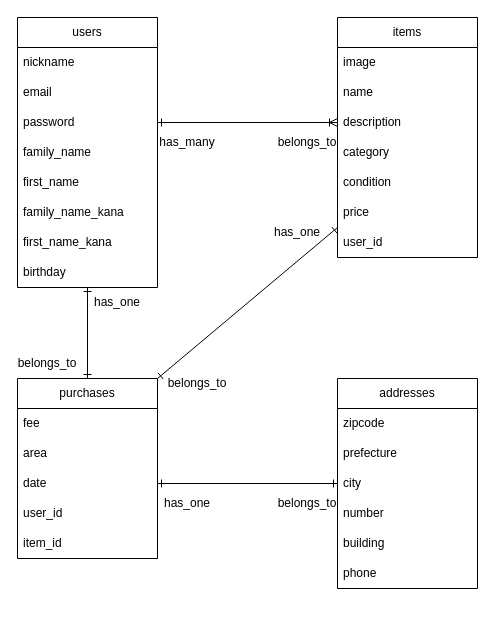
This is furima.dio from taikiwish/furima-40580, a draw.io file, before an edit. Source tidied: cells renumbered, new cells numbered last; positions are measured from the earlier drawing's top-left corner, leaving out a move shared by most shapes. Both pictures are drawn from the tidied source at 100%, with x=0, y=0 at pixel (17, 17).
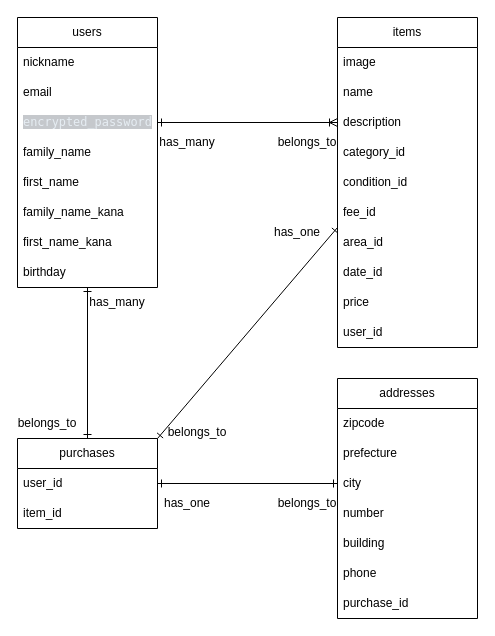
After the change.

Commit message (it also covers changes not shown here):
DB設計の修正

The change refers to these unchanged cells:
```xml
<mxCell id="2" value="users" style="swimlane;fontStyle=0;horizontal=1;startSize=30;whiteSpace=wrap;html=1;" parent="1" vertex="1">
  <mxGeometry width="140" height="270" as="geometry" />
</mxCell>
<mxCell id="30" value="city" style="text;strokeColor=none;fillColor=none;align=left;verticalAlign=middle;spacingLeft=4;spacingRight=4;overflow=hidden;points=[[0,0.5],[1,0.5]];portConstraint=eastwest;whiteSpace=wrap;html=1;" parent="27" vertex="1">
  <mxGeometry y="90" width="140" height="30" as="geometry" />
</mxCell>
```

What changed in the source:
```diff
@@
-    <mxCell id="5" value="password" style="text;strokeColor=none;fillColor=none;align=left;verticalAlign=middle;spacingLeft=4;spacingRight=4;overflow=hidden;points=[[0,0.5],[1,0.5]];portConstraint=eastwest;whiteSpace=wrap;html=1;" parent="2" vertex="1">
+    <mxCell id="5" value="&lt;span style=&quot;color: rgb(230, 237, 243); font-family: ui-monospace, SFMono-Regular, &amp;quot;SF Mono&amp;quot;, Menlo, Consolas, &amp;quot;Liberation Mono&amp;quot;, monospace; font-size: 11.9px; background-color: rgba(110, 118, 129, 0.4);&quot;&gt;encrypted_password&lt;/span&gt;" style="text;strokeColor=none;fillColor=none;align=left;verticalAlign=middle;spacingLeft=4;spacingRight=4;overflow=hidden;points=[[0,0.5],[1,0.5]];portConstraint=eastwest;whiteSpace=wrap;html=1;" parent="2" vertex="1">
       <mxGeometry y="90" width="140" height="30" as="geometry" />
     </mxCell>
@@
     <mxCell id="12" value="items" style="swimlane;fontStyle=0;horizontal=1;startSize=30;whiteSpace=wrap;html=1;" parent="1" vertex="1">
-      <mxGeometry x="320" width="140" height="240" as="geometry" />
+      <mxGeometry x="320" width="140" height="330" as="geometry" />
     </mxCell>
@@
-    <mxCell id="16" value="category" style="text;strokeColor=none;fillColor=none;align=left;verticalAlign=middle;spacingLeft=4;spacingRight=4;overflow=hidden;whiteSpace=wrap;html=1;" parent="12" vertex="1">
+    <mxCell id="16" value="category_id" style="text;strokeColor=none;fillColor=none;align=left;verticalAlign=middle;spacingLeft=4;spacingRight=4;overflow=hidden;whiteSpace=wrap;html=1;" parent="12" vertex="1">
       <mxGeometry y="120" width="140" height="30" as="geometry" />
     </mxCell>
-    <mxCell id="17" value="condition" style="text;strokeColor=none;fillColor=none;align=left;verticalAlign=middle;spacingLeft=4;spacingRight=4;overflow=hidden;whiteSpace=wrap;html=1;" parent="12" vertex="1">
+    <mxCell id="17" value="condition_id" style="text;strokeColor=none;fillColor=none;align=left;verticalAlign=middle;spacingLeft=4;spacingRight=4;overflow=hidden;whiteSpace=wrap;html=1;" parent="12" vertex="1">
       <mxGeometry y="150" width="140" height="30" as="geometry" />
     </mxCell>
-    <mxCell id="18" value="price" style="text;strokeColor=none;fillColor=none;align=left;verticalAlign=middle;spacingLeft=4;spacingRight=4;overflow=hidden;whiteSpace=wrap;html=1;" parent="12" vertex="1">
+    <mxCell id="18" value="fee_id" style="text;strokeColor=none;fillColor=none;align=left;verticalAlign=middle;spacingLeft=4;spacingRight=4;overflow=hidden;whiteSpace=wrap;html=1;" parent="12" vertex="1">
       <mxGeometry y="180" width="140" height="30" as="geometry" />
     </mxCell>
-    <mxCell id="19" value="user_id" style="text;strokeColor=none;fillColor=none;align=left;verticalAlign=middle;spacingLeft=4;spacingRight=4;overflow=hidden;whiteSpace=wrap;html=1;" parent="12" vertex="1">
+    <mxCell id="19" value="area_id" style="text;strokeColor=none;fillColor=none;align=left;verticalAlign=middle;spacingLeft=4;spacingRight=4;overflow=hidden;whiteSpace=wrap;html=1;" parent="12" vertex="1">
       <mxGeometry y="210" width="140" height="30" as="geometry" />
     </mxCell>
+    <mxCell id="44" value="date_id" style="text;strokeColor=none;fillColor=none;align=left;verticalAlign=middle;spacingLeft=4;spacingRight=4;overflow=hidden;whiteSpace=wrap;html=1;" parent="12" vertex="1">
+      <mxGeometry y="240" width="140" height="30" as="geometry" />
+    </mxCell>
+    <mxCell id="45" value="price" style="text;strokeColor=none;fillColor=none;align=left;verticalAlign=middle;spacingLeft=4;spacingRight=4;overflow=hidden;whiteSpace=wrap;html=1;" parent="12" vertex="1">
+      <mxGeometry y="270" width="140" height="30" as="geometry" />
+    </mxCell>
+    <mxCell id="46" value="user_id" style="text;strokeColor=none;fillColor=none;align=left;verticalAlign=middle;spacingLeft=4;spacingRight=4;overflow=hidden;whiteSpace=wrap;html=1;" parent="12" vertex="1">
+      <mxGeometry y="300" width="140" height="30" as="geometry" />
+    </mxCell>
@@
     <mxCell id="21" value="purchases" style="swimlane;fontStyle=0;horizontal=1;startSize=30;whiteSpace=wrap;html=1;" parent="1" vertex="1">
-      <mxGeometry y="361" width="140" height="180" as="geometry" />
+      <mxGeometry y="421" width="140" height="90" as="geometry" />
     </mxCell>
-    <mxCell id="22" value="fee" style="text;strokeColor=none;fillColor=none;align=left;verticalAlign=middle;spacingLeft=4;spacingRight=4;overflow=hidden;whiteSpace=wrap;html=1;" parent="21" vertex="1">
-      <mxGeometry y="30" width="140" height="30" as="geometry" />
-    </mxCell>
-    <mxCell id="23" value="area" style="text;strokeColor=none;fillColor=none;align=left;verticalAlign=middle;spacingLeft=4;spacingRight=4;overflow=hidden;whiteSpace=wrap;html=1;" parent="21" vertex="1">
-      <mxGeometry y="60" width="140" height="30" as="geometry" />
-    </mxCell>
-    <mxCell id="24" value="date" style="text;strokeColor=none;fillColor=none;align=left;verticalAlign=middle;spacingLeft=4;spacingRight=4;overflow=hidden;points=[[0,0.5],[1,0.5]];portConstraint=eastwest;whiteSpace=wrap;html=1;" parent="21" vertex="1">
-      <mxGeometry y="90" width="140" height="30" as="geometry" />
-    </mxCell>
     <mxCell id="25" value="user_id" style="text;strokeColor=none;fillColor=none;align=left;verticalAlign=middle;spacingLeft=4;spacingRight=4;overflow=hidden;whiteSpace=wrap;html=1;" parent="21" vertex="1">
-      <mxGeometry y="120" width="140" height="30" as="geometry" />
+      <mxGeometry y="30" width="140" height="30" as="geometry" />
     </mxCell>
     <mxCell id="26" value="item_id" style="text;strokeColor=none;fillColor=none;align=left;verticalAlign=middle;spacingLeft=4;spacingRight=4;overflow=hidden;whiteSpace=wrap;html=1;" parent="21" vertex="1">
-      <mxGeometry y="150" width="140" height="30" as="geometry" />
+      <mxGeometry y="60" width="140" height="30" as="geometry" />
     </mxCell>
     <mxCell id="27" value="addresses" style="swimlane;fontStyle=0;horizontal=1;startSize=30;whiteSpace=wrap;html=1;" parent="1" vertex="1">
-      <mxGeometry x="320" y="361" width="140" height="210" as="geometry" />
+      <mxGeometry x="320" y="361" width="140" height="240" as="geometry" />
     </mxCell>
@@
+    <mxCell id="47" value="purchase_id" style="text;strokeColor=none;fillColor=none;align=left;verticalAlign=middle;spacingLeft=4;spacingRight=4;overflow=hidden;whiteSpace=wrap;html=1;" parent="27" vertex="1">
+      <mxGeometry y="210" width="140" height="30" as="geometry" />
+    </mxCell>
@@
-    <mxCell id="35" style="edgeStyle=none;html=1;entryX=0;entryY=0.5;entryDx=0;entryDy=0;startArrow=ERone;startFill=0;endArrow=ERone;endFill=0;" parent="1" edge="1" source="24" target="30">
-      <mxGeometry relative="1" as="geometry" />
+    <mxCell id="35" style="edgeStyle=none;html=1;entryX=0;entryY=0.5;entryDx=0;entryDy=0;startArrow=ERone;startFill=0;endArrow=ERone;endFill=0;" parent="1" edge="1" target="30">
+      <mxGeometry relative="1" as="geometry">
+        <mxPoint x="140" y="466" as="sourcePoint" />
+      </mxGeometry>
     </mxCell>
@@
     <mxCell id="37" value="belongs_to" style="text;html=1;strokeColor=none;fillColor=none;align=center;verticalAlign=middle;whiteSpace=wrap;rounded=0;" parent="1" vertex="1">
-      <mxGeometry x="150" y="351" width="60" height="30" as="geometry" />
+      <mxGeometry x="150" y="400" width="60" height="30" as="geometry" />
     </mxCell>
@@
-    <mxCell id="42" value="has_one" style="text;html=1;strokeColor=none;fillColor=none;align=center;verticalAlign=middle;whiteSpace=wrap;rounded=0;" parent="1" vertex="1">
+    <mxCell id="42" value="has_many" style="text;html=1;strokeColor=none;fillColor=none;align=center;verticalAlign=middle;whiteSpace=wrap;rounded=0;" parent="1" vertex="1">
       <mxGeometry x="70" y="270" width="60" height="30" as="geometry" />
     </mxCell>
     <mxCell id="43" value="belongs_to" style="text;html=1;strokeColor=none;fillColor=none;align=center;verticalAlign=middle;whiteSpace=wrap;rounded=0;" parent="1" vertex="1">
-      <mxGeometry y="331" width="60" height="30" as="geometry" />
+      <mxGeometry y="391" width="60" height="30" as="geometry" />
     </mxCell>
```
